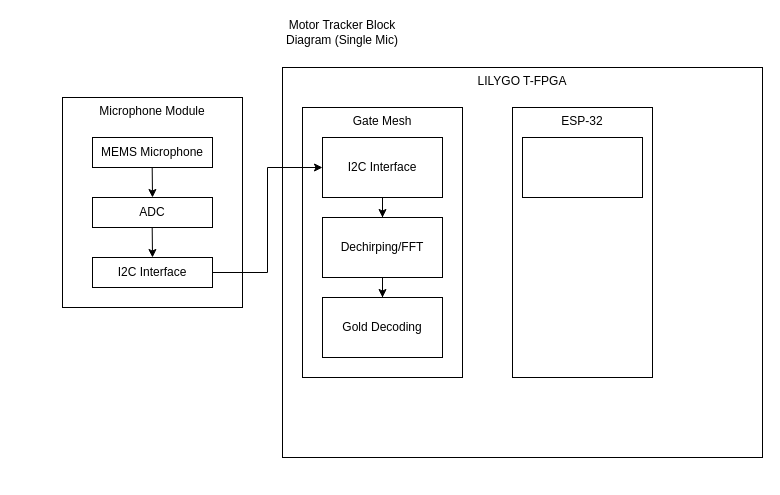
Earlier version of the draw.io diagram single-mic.drawio (dakotawinslow/motor-tracking). Source tidied: cells renumbered, new cells numbered last; positions are measured from the earlier drawing's top-left corner, leaving out a move shared by most shapes. Both pictures are drawn from the tidied source at 100%, with x=0, y=0 at pixel (62, 17).
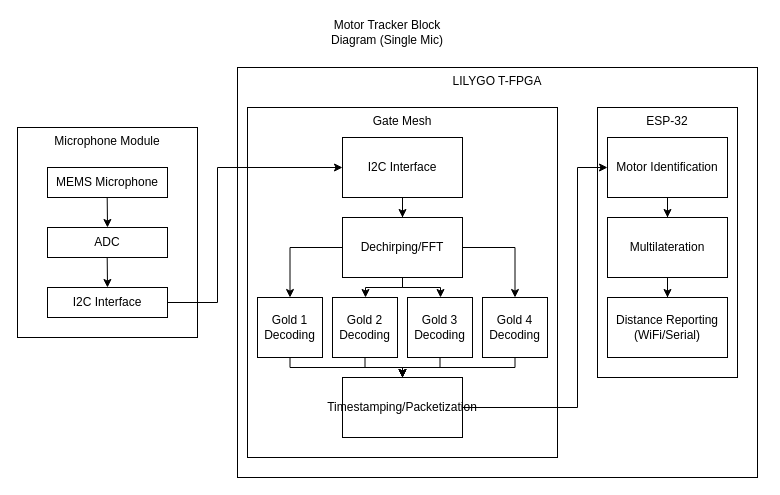
The same page after the edit.

What changed in the source:
```diff
@@
     <mxCell id="2" value="LILYGO T-FPGA" style="rounded=0;whiteSpace=wrap;html=1;verticalAlign=top;" parent="1" vertex="1">
-      <mxGeometry x="220" y="50" width="480" height="390" as="geometry" />
+      <mxGeometry x="175" y="50" width="520" height="410" as="geometry" />
     </mxCell>
     <mxCell id="3" value="Motor Tracker Block Diagram (Single Mic)" style="text;html=1;align=center;verticalAlign=middle;whiteSpace=wrap;rounded=0;" parent="1" vertex="1">
-      <mxGeometry x="220" width="120" height="30" as="geometry" />
+      <mxGeometry x="265" width="120" height="30" as="geometry" />
     </mxCell>
     <mxCell id="4" value="Microphone Module" style="rounded=0;whiteSpace=wrap;html=1;verticalAlign=top;" parent="1" vertex="1">
-      <mxGeometry y="80" width="180" height="210" as="geometry" />
+      <mxGeometry x="-45" y="110" width="180" height="210" as="geometry" />
     </mxCell>
     <mxCell id="5" value="MEMS Microphone" style="rounded=0;whiteSpace=wrap;html=1;" parent="1" vertex="1">
-      <mxGeometry x="30" y="120" width="120" height="30" as="geometry" />
+      <mxGeometry x="-15" y="150" width="120" height="30" as="geometry" />
     </mxCell>
     <mxCell id="6" value="ADC" style="rounded=0;whiteSpace=wrap;html=1;" parent="1" vertex="1">
-      <mxGeometry x="30" y="180" width="120" height="30" as="geometry" />
+      <mxGeometry x="-15" y="210" width="120" height="30" as="geometry" />
     </mxCell>
     <mxCell id="7" style="endArrow=classic;html=1;rounded=0;entryX=0.5;entryY=0;entryDx=0;entryDy=0;" parent="1" edge="1" target="6">
       <mxGeometry relative="1" as="geometry">
-        <mxPoint x="89.7" y="150" as="sourcePoint" />
+        <mxPoint x="44.7" y="180" as="sourcePoint" />
       </mxGeometry>
     </mxCell>
     <mxCell id="8" value="Gate Mesh" style="rounded=0;whiteSpace=wrap;html=1;verticalAlign=top;" parent="1" vertex="1">
-      <mxGeometry x="240" y="90" width="160" height="270" as="geometry" />
+      <mxGeometry x="185" y="90" width="310" height="350" as="geometry" />
     </mxCell>
     <mxCell id="9" style="edgeStyle=orthogonalEdgeStyle;rounded=0;jettySize=auto;html=1;entryX=0;entryY=0.5;entryDx=0;entryDy=0;" parent="1" edge="1" source="10" target="13">
-      <mxGeometry relative="1" as="geometry" />
+      <mxGeometry relative="1" as="geometry">
+        <Array as="points">
+          <mxPoint x="155" y="285" />
+          <mxPoint x="155" y="150" />
+        </Array>
+      </mxGeometry>
     </mxCell>
     <mxCell id="10" value="&lt;div&gt;I2C Interface&lt;/div&gt;" style="rounded=0;whiteSpace=wrap;html=1;" parent="1" vertex="1">
-      <mxGeometry x="30" y="240" width="120" height="30" as="geometry" />
+      <mxGeometry x="-15" y="270" width="120" height="30" as="geometry" />
     </mxCell>
     <mxCell id="11" style="endArrow=classic;html=1;rounded=0;entryX=0.5;entryY=0;entryDx=0;entryDy=0;" parent="1" edge="1" target="10">
       <mxGeometry relative="1" as="geometry">
-        <mxPoint x="89.7" y="210" as="sourcePoint" />
+        <mxPoint x="44.7" y="240" as="sourcePoint" />
       </mxGeometry>
     </mxCell>
@@
     <mxCell id="13" value="&lt;div&gt;I2C Interface&lt;/div&gt;" style="rounded=0;whiteSpace=wrap;html=1;" parent="1" vertex="1">
-      <mxGeometry x="260" y="120" width="120" height="60" as="geometry" />
+      <mxGeometry x="280" y="120" width="120" height="60" as="geometry" />
     </mxCell>
-    <mxCell id="14" style="edgeStyle=orthogonalEdgeStyle;rounded=0;jettySize=auto;html=1;" parent="1" edge="1" source="15" target="16">
+    <mxCell id="14" style="edgeStyle=orthogonalEdgeStyle;rounded=0;jettySize=auto;html=1;entryX=0.5;entryY=0;entryDx=0;entryDy=0;" parent="1" edge="1" source="15" target="16">
       <mxGeometry relative="1" as="geometry" />
     </mxCell>
+    <mxCell id="19" style="edgeStyle=orthogonalEdgeStyle;rounded=0;jettySize=auto;html=1;" parent="1" edge="1" source="15" target="30">
+      <mxGeometry relative="1" as="geometry">
+        <Array as="points">
+          <mxPoint x="340" y="270" />
+          <mxPoint x="303" y="270" />
+        </Array>
+      </mxGeometry>
+    </mxCell>
+    <mxCell id="20" style="edgeStyle=orthogonalEdgeStyle;rounded=0;jettySize=auto;html=1;" parent="1" edge="1" source="15" target="32">
+      <mxGeometry relative="1" as="geometry">
+        <Array as="points">
+          <mxPoint x="340" y="270" />
+          <mxPoint x="378" y="270" />
+        </Array>
+      </mxGeometry>
+    </mxCell>
+    <mxCell id="21" style="edgeStyle=orthogonalEdgeStyle;rounded=0;jettySize=auto;html=1;" parent="1" edge="1" source="15" target="34">
+      <mxGeometry relative="1" as="geometry" />
+    </mxCell>
-    <mxCell id="15" value="Dechirping/FFT" style="rounded=0;whiteSpace=wrap;html=1;" parent="1" vertex="1">
-      <mxGeometry x="260" y="200" width="120" height="60" as="geometry" />
+    <mxCell id="15" value="Dechirping/FFT" style="whiteSpace=wrap;html=1;rounded=0;" parent="1" vertex="1">
+      <mxGeometry x="280" y="200" width="120" height="60" as="geometry" />
     </mxCell>
+    <mxCell id="22" style="edgeStyle=orthogonalEdgeStyle;rounded=0;jettySize=auto;html=1;" parent="1" edge="1" source="16" target="25">
+      <mxGeometry relative="1" as="geometry">
+        <Array as="points">
+          <mxPoint x="227" y="350" />
+          <mxPoint x="340" y="350" />
+        </Array>
+      </mxGeometry>
+    </mxCell>
-    <mxCell id="16" value="Gold Decoding" style="rounded=0;whiteSpace=wrap;html=1;" parent="1" vertex="1">
-      <mxGeometry x="260" y="280" width="120" height="60" as="geometry" />
+    <mxCell id="16" value="Gold 1 Decoding" style="rounded=0;whiteSpace=wrap;html=1;" parent="1" vertex="1">
+      <mxGeometry x="195" y="280" width="65" height="60" as="geometry" />
     </mxCell>
     <mxCell id="17" value="&lt;div&gt;ESP-32&lt;/div&gt;" style="rounded=0;whiteSpace=wrap;html=1;verticalAlign=top;" parent="1" vertex="1">
-      <mxGeometry x="450" y="90" width="140" height="270" as="geometry" />
+      <mxGeometry x="535" y="90" width="140" height="270" as="geometry" />
     </mxCell>
+    <mxCell id="23" style="edgeStyle=orthogonalEdgeStyle;rounded=0;jettySize=auto;html=1;" parent="1" edge="1" source="18" target="27">
+      <mxGeometry relative="1" as="geometry" />
+    </mxCell>
-    <mxCell id="18" style="rounded=0;whiteSpace=wrap;html=1;" parent="1" vertex="1">
-      <mxGeometry x="460" y="120" width="120" height="60" as="geometry" />
+    <mxCell id="18" value="Motor Identification" style="rounded=0;whiteSpace=wrap;html=1;" parent="1" vertex="1">
+      <mxGeometry x="545" y="120" width="120" height="60" as="geometry" />
     </mxCell>
+    <mxCell id="24" style="edgeStyle=orthogonalEdgeStyle;rounded=0;jettySize=auto;html=1;" parent="1" edge="1" source="25" target="18">
+      <mxGeometry relative="1" as="geometry">
+        <Array as="points">
+          <mxPoint x="515" y="390" />
+          <mxPoint x="515" y="150" />
+        </Array>
+      </mxGeometry>
+    </mxCell>
+    <mxCell id="25" value="&lt;div&gt;Timestamping/Packetization&lt;/div&gt;" style="rounded=0;whiteSpace=wrap;html=1;" parent="1" vertex="1">
+      <mxGeometry x="280" y="360" width="120" height="60" as="geometry" />
+    </mxCell>
+    <mxCell id="26" style="edgeStyle=orthogonalEdgeStyle;rounded=0;jettySize=auto;html=1;" parent="1" edge="1" source="27" target="28">
+      <mxGeometry relative="1" as="geometry" />
+    </mxCell>
+    <mxCell id="27" value="&lt;div&gt;Multilateration&lt;/div&gt;" style="rounded=0;whiteSpace=wrap;html=1;" parent="1" vertex="1">
+      <mxGeometry x="545" y="200" width="120" height="60" as="geometry" />
+    </mxCell>
+    <mxCell id="28" value="&lt;div&gt;Distance Reporting (WiFi/Serial)&lt;/div&gt;" style="rounded=0;whiteSpace=wrap;html=1;" parent="1" vertex="1">
+      <mxGeometry x="545" y="280" width="120" height="60" as="geometry" />
+    </mxCell>
+    <mxCell id="29" style="edgeStyle=orthogonalEdgeStyle;rounded=0;jettySize=auto;html=1;" parent="1" edge="1" source="30" target="25">
+      <mxGeometry relative="1" as="geometry">
+        <Array as="points">
+          <mxPoint x="303" y="350" />
+          <mxPoint x="340" y="350" />
+        </Array>
+      </mxGeometry>
+    </mxCell>
+    <mxCell id="30" value="Gold 2 Decoding" style="rounded=0;whiteSpace=wrap;html=1;" parent="1" vertex="1">
+      <mxGeometry x="270" y="280" width="65" height="60" as="geometry" />
+    </mxCell>
+    <mxCell id="31" style="edgeStyle=orthogonalEdgeStyle;rounded=0;jettySize=auto;html=1;" parent="1" edge="1" source="32" target="25">
+      <mxGeometry relative="1" as="geometry">
+        <Array as="points">
+          <mxPoint x="377" y="350" />
+          <mxPoint x="340" y="350" />
+        </Array>
+      </mxGeometry>
+    </mxCell>
+    <mxCell id="32" value="Gold 3 Decoding" style="rounded=0;whiteSpace=wrap;html=1;" parent="1" vertex="1">
+      <mxGeometry x="345" y="280" width="65" height="60" as="geometry" />
+    </mxCell>
+    <mxCell id="33" style="edgeStyle=orthogonalEdgeStyle;rounded=0;jettySize=auto;html=1;" parent="1" edge="1" source="34" target="25">
+      <mxGeometry relative="1" as="geometry">
+        <Array as="points">
+          <mxPoint x="453" y="350" />
+          <mxPoint x="340" y="350" />
+        </Array>
+      </mxGeometry>
+    </mxCell>
+    <mxCell id="34" value="Gold 4 Decoding" style="rounded=0;whiteSpace=wrap;html=1;" parent="1" vertex="1">
+      <mxGeometry x="420" y="280" width="65" height="60" as="geometry" />
+    </mxCell>
```
